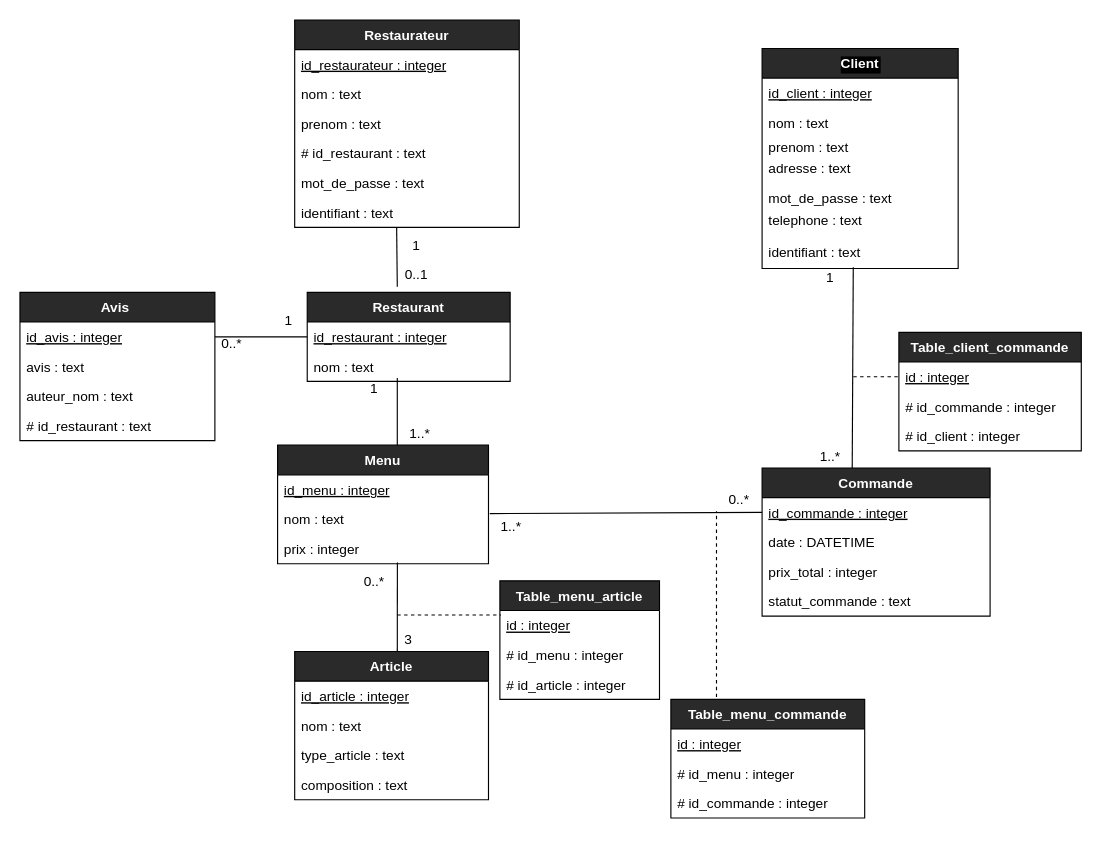
Earlier version of the draw.io diagram diagrammes/diagramme_base_de_donnees.drawio (TheAIWizard/Ensaeats). Source tidied: cells renumbered, new cells numbered last; positions are measured from the earlier drawing's top-left corner, leaving out a move shared by most shapes. Both pictures are drawn from the tidied source at 114%, with x=0, y=0 at pixel (19, 19).
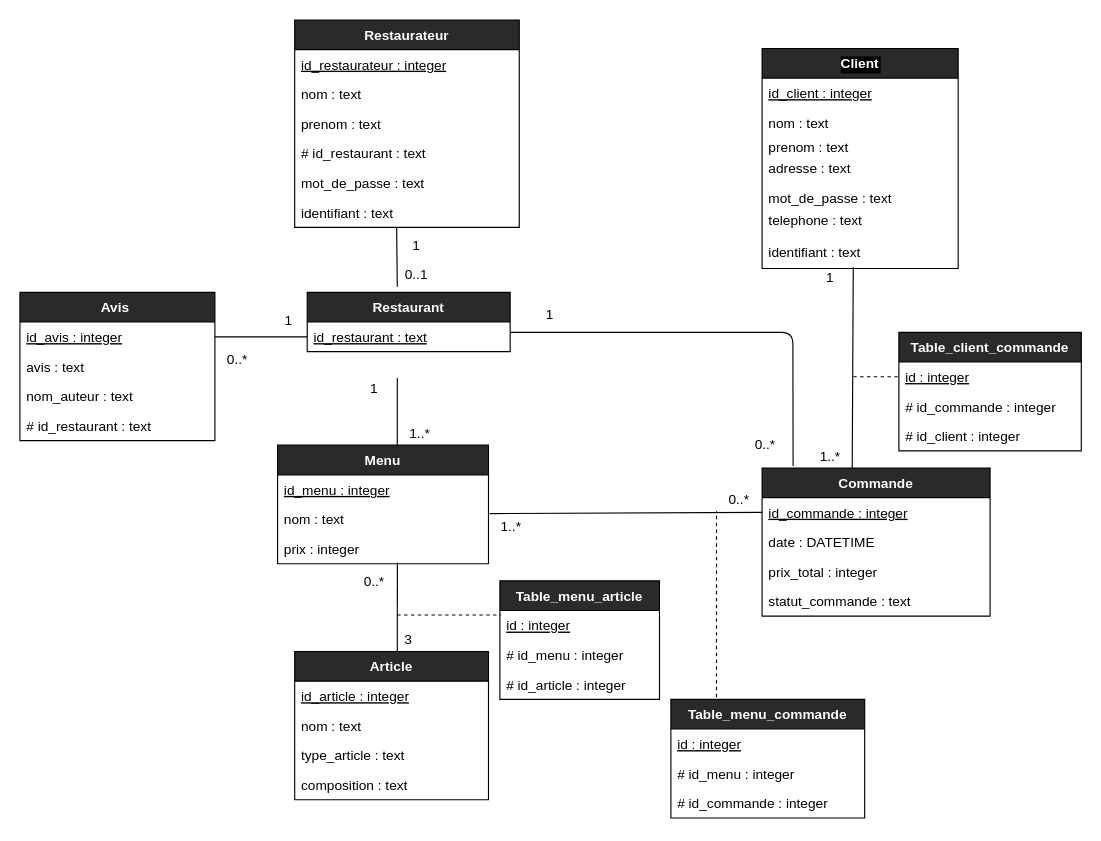
Above is the later version.

Commit message:
diag finaux

Unchanged cells that the change refers to:
```xml
<mxCell id="52" value="Commande" style="swimlane;fontStyle=1;horizontal=1;startSize=26;rounded=0;shadow=0;glass=0;sketch=0;fillColor=#2a2a2a;fontColor=#FFFFFF;" parent="1" vertex="1">
  <mxGeometry x="651" y="393" width="200" height="130" as="geometry" />
</mxCell>
<mxCell id="65" value="Avis " style="swimlane;fontStyle=1;horizontal=1;startSize=26;rounded=0;shadow=0;glass=0;sketch=0;fillColor=#2a2a2a;fontColor=#FFFFFF;" parent="1" vertex="1">
  <mxGeometry y="239" width="171" height="130" as="geometry" />
</mxCell>
```

Diff of the diagram source:
```diff
@@
     <mxCell id="15" value="Restaurant" style="swimlane;fontStyle=1;horizontal=1;startSize=26;rounded=0;shadow=0;glass=0;sketch=0;fillColor=#2a2a2a;fontColor=#FFFFFF;" parent="1" vertex="1">
-      <mxGeometry x="252" y="239" width="178" height="78" as="geometry" />
+      <mxGeometry x="252" y="239" width="178" height="52" as="geometry" />
     </mxCell>
-    <mxCell id="16" value="id_restaurant : integer" style="text;strokeColor=none;fillColor=none;align=left;verticalAlign=top;spacingLeft=4;spacingRight=4;overflow=hidden;points=[[0,0.5],[1,0.5]];portConstraint=eastwest;fontStyle=4;fontColor=#000000;" parent="15" vertex="1">
+    <mxCell id="16" value="id_restaurant : text" style="text;strokeColor=none;fillColor=none;align=left;verticalAlign=top;spacingLeft=4;spacingRight=4;overflow=hidden;points=[[0,0.5],[1,0.5]];portConstraint=eastwest;fontStyle=4;fontColor=#000000;" parent="15" vertex="1">
       <mxGeometry y="26" width="178" height="26" as="geometry" />
     </mxCell>
-    <mxCell id="17" value="nom : text" style="text;strokeColor=none;fillColor=none;align=left;verticalAlign=top;spacingLeft=4;spacingRight=4;overflow=hidden;rounded=0;shadow=0;glass=0;sketch=0;fontColor=#000000;" parent="15" vertex="1">
-      <mxGeometry y="52" width="178" height="26" as="geometry" />
-    </mxCell>
@@
-    <mxCell id="68" value="auteur_nom : text" style="text;strokeColor=none;fillColor=none;align=left;verticalAlign=top;spacingLeft=4;spacingRight=4;overflow=hidden;fontColor=#000000;" parent="65" vertex="1">
+    <mxCell id="68" value="nom_auteur : text" style="text;strokeColor=none;fillColor=none;align=left;verticalAlign=top;spacingLeft=4;spacingRight=4;overflow=hidden;fontColor=#000000;" parent="65" vertex="1">
       <mxGeometry y="78" width="171" height="26" as="geometry" />
     </mxCell>
@@
     <mxCell id="71" value="&lt;font color=&quot;#000000&quot;&gt;0..*&lt;/font&gt;" style="text;html=1;strokeColor=none;fillColor=none;align=center;verticalAlign=middle;whiteSpace=wrap;rounded=0;shadow=0;glass=0;sketch=0;" parent="1" vertex="1">
-      <mxGeometry x="166" y="274" width="40" height="20" as="geometry" />
+      <mxGeometry x="171" y="288" width="40" height="20" as="geometry" />
     </mxCell>
@@
+    <mxCell id="73" style="endArrow=none;html=1;entryX=0.136;entryY=-0.014;entryDx=0;entryDy=0;exitX=1;exitY=0.5;exitDx=0;exitDy=0;strokeColor=#000000;entryPerimeter=0;" parent="1" edge="1" target="52">
+      <mxGeometry relative="1" as="geometry">
+        <mxPoint x="430" y="274" as="sourcePoint" />
+        <Array as="points">
+          <mxPoint x="678" y="274" />
+        </Array>
+      </mxGeometry>
+    </mxCell>
+    <mxCell id="74" value="&lt;font color=&quot;#000000&quot;&gt;0..*&lt;/font&gt;" style="text;html=1;strokeColor=none;fillColor=none;align=center;verticalAlign=middle;whiteSpace=wrap;rounded=0;shadow=0;glass=0;sketch=0;" parent="1" vertex="1">
+      <mxGeometry x="634" y="363" width="40" height="20" as="geometry" />
+    </mxCell>
+    <mxCell id="75" value="&lt;font color=&quot;#000000&quot;&gt;1&lt;/font&gt;" style="text;html=1;strokeColor=none;fillColor=none;align=center;verticalAlign=middle;whiteSpace=wrap;rounded=0;shadow=0;glass=0;sketch=0;" parent="1" vertex="1">
+      <mxGeometry x="445" y="249" width="40" height="20" as="geometry" />
+    </mxCell>
```
